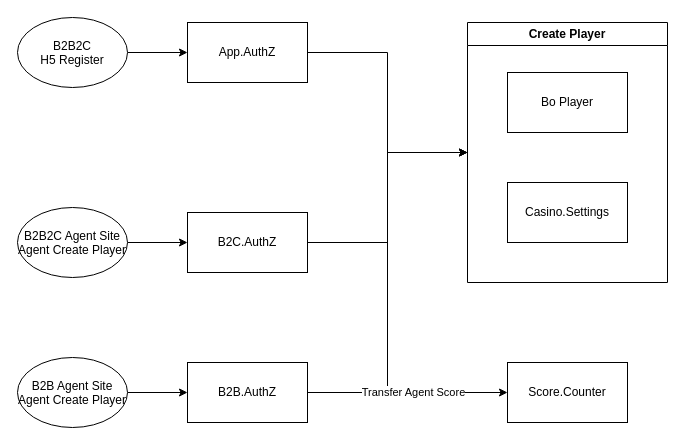
ZoeHYH/Bluewhale keeps this draw.io diagram as page "Account Register" (2 of 3) of Bluewhale.drawio. Above is the earlier version. Source tidied: cells renumbered, new cells numbered last; positions are measured from the earlier drawing's top-left corner, leaving out a move shared by most shapes. Both pictures are drawn from the tidied source at 100%, with x=0, y=0 at pixel (17, 17).
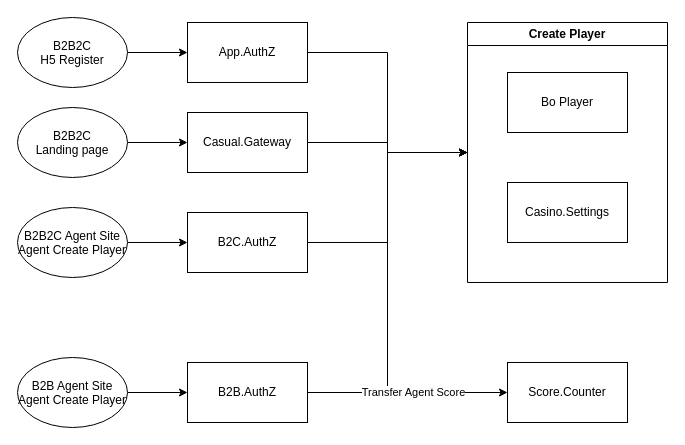
The same page after the edit.

Unchanged cells that the change refers to:
```xml
<mxCell id="10" value="Create Player" style="swimlane;whiteSpace=wrap;html=1;" parent="1" vertex="1">
  <mxGeometry x="450" y="5" width="200" height="260" as="geometry" />
</mxCell>
```

Diff of the diagram source:
```diff
@@
+    <mxCell id="20" style="edgeStyle=orthogonalEdgeStyle;rounded=0;jettySize=auto;html=1;entryX=0;entryY=0.5;entryDx=0;entryDy=0;" parent="1" edge="1" source="21" target="23">
+      <mxGeometry relative="1" as="geometry" />
+    </mxCell>
+    <mxCell id="21" value="B2B2C&#10;Landing page" style="ellipse;" parent="1" vertex="1">
+      <mxGeometry y="90" width="110" height="70" as="geometry" />
+    </mxCell>
+    <mxCell id="22" style="edgeStyle=orthogonalEdgeStyle;rounded=0;jettySize=auto;html=1;entryX=0;entryY=0.5;entryDx=0;entryDy=0;" parent="1" edge="1" source="23" target="10">
+      <mxGeometry relative="1" as="geometry" />
+    </mxCell>
+    <mxCell id="23" value="Casual.Gateway" style="rounded=0;whiteSpace=wrap;html=1;" parent="1" vertex="1">
+      <mxGeometry x="170" y="95" width="120" height="60" as="geometry" />
+    </mxCell>
```
